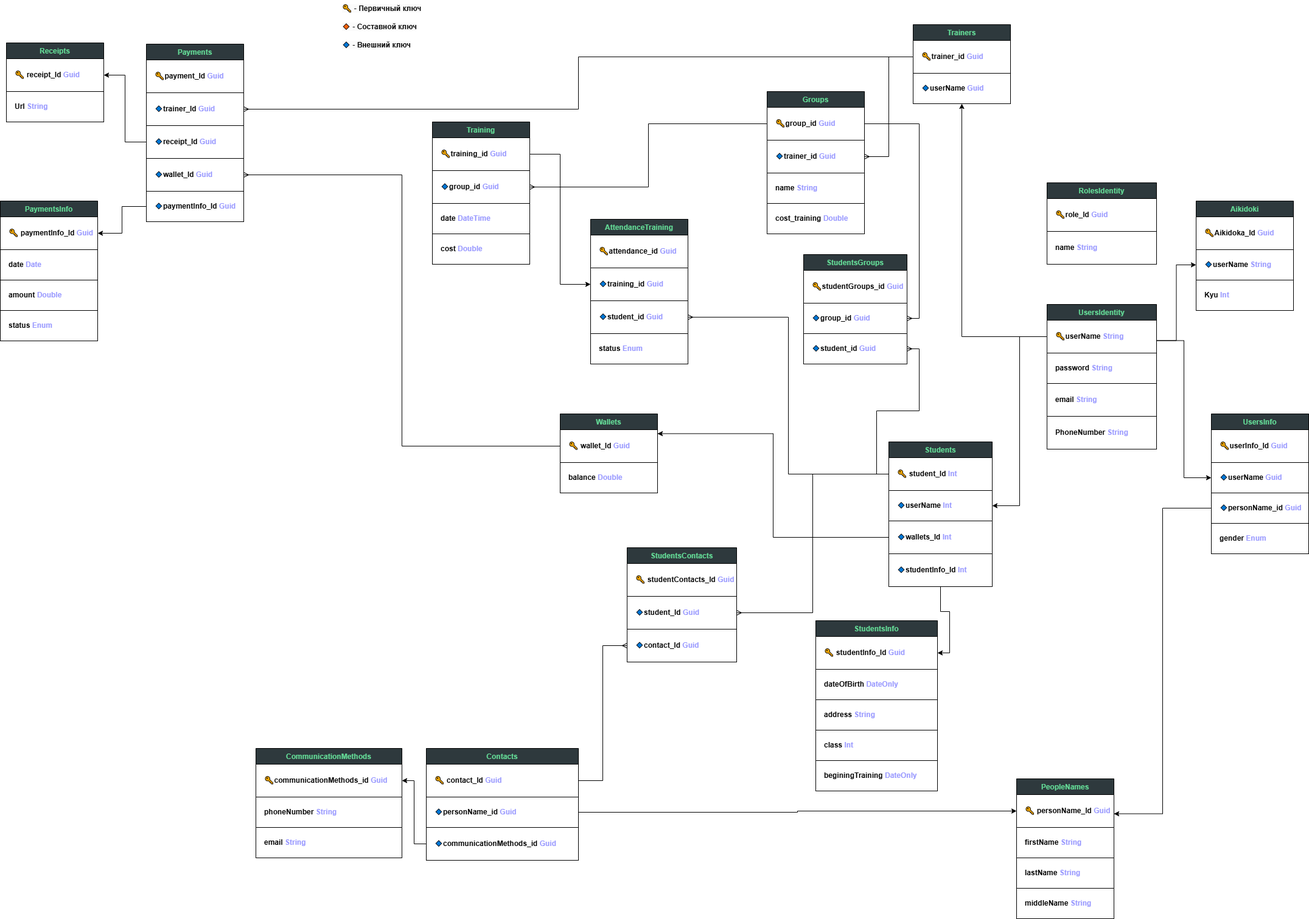
Above: images/ER-db-diagram.png in wefspy/TrainerJournal-backend (draw.io), before the change. Source tidied: cells renumbered, new cells last; positions are measured from the earlier drawing's top-left corner, leaving out a move shared by most shapes.
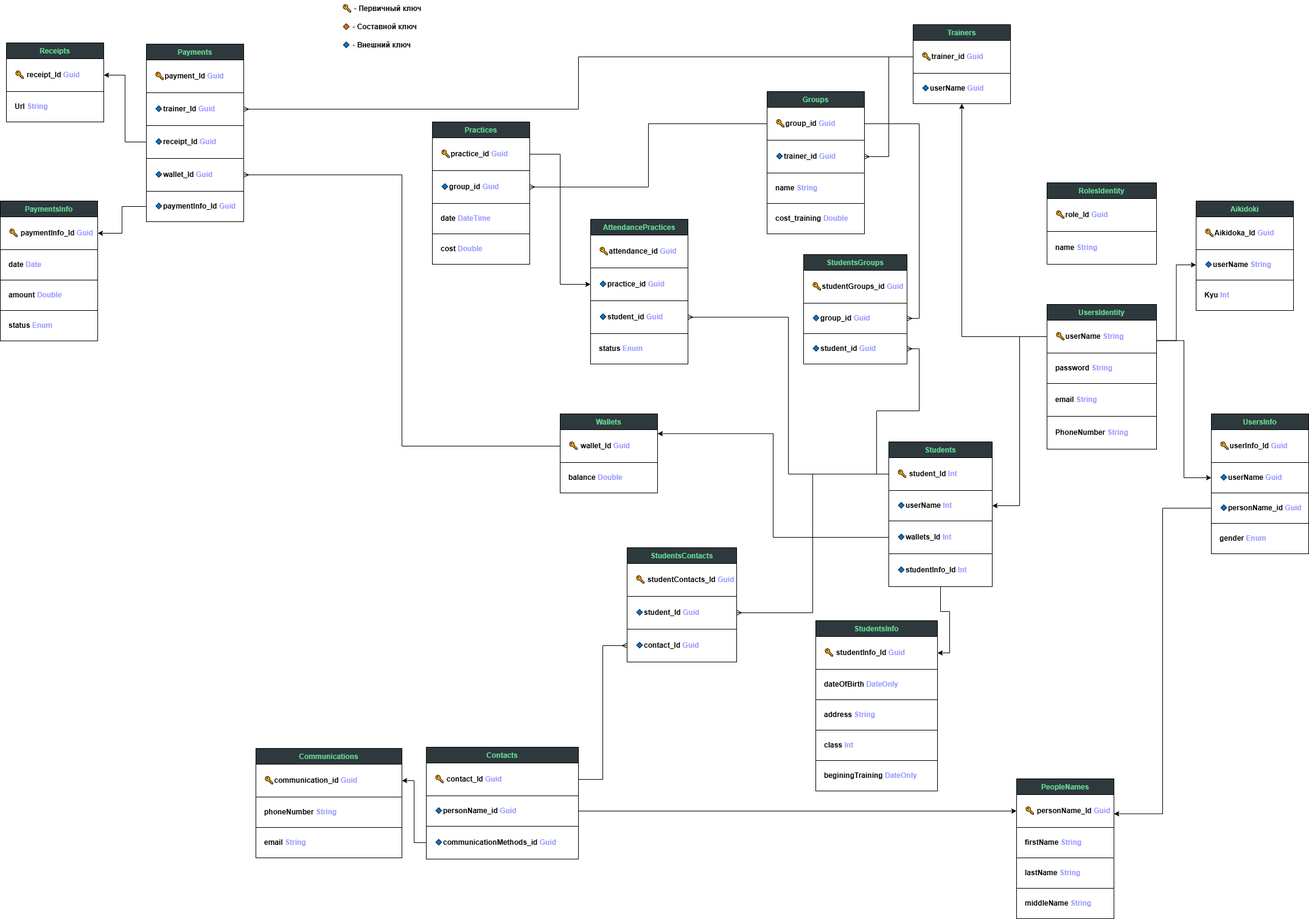
Above is the later version.

The edit, as a diff of the source:
```diff
@@ -156,7 +156,7 @@
       <mxGeometry relative="1" as="geometry" />
     </mxCell>
     <mxCell id="53" value="&lt;font color=&quot;#64dc97&quot;&gt;Contacts&lt;/font&gt;" style="swimlane;fontStyle=1;align=center;verticalAlign=top;horizontal=1;startSize=26;whiteSpace=wrap;html=1;fillColor=#2e393d;" parent="1" vertex="1">
-      <mxGeometry x="700" y="1230" width="250" height="184" as="geometry" />
+      <mxGeometry x="700" y="1228" width="250" height="184" as="geometry" />
     </mxCell>
     <mxCell id="54" value="🔑 &lt;b&gt;contact_Id&amp;nbsp;&lt;/b&gt;&lt;b&gt;&lt;font color=&quot;#9999ff&quot;&gt;Guid&lt;/font&gt;&lt;/b&gt;" style="html=1;whiteSpace=wrap;align=left;spacingLeft=12;" parent="53" vertex="1">
       <mxGeometry y="26" width="250" height="54" as="geometry" />
@@ -185,10 +185,10 @@
     <mxCell id="62" style="edgeStyle=orthogonalEdgeStyle;rounded=0;jettySize=auto;html=1;entryX=0;entryY=0.5;entryDx=0;entryDy=0;endArrow=ERmany;endFill=0;" parent="1" edge="1" source="54" target="60">
       <mxGeometry relative="1" as="geometry" />
     </mxCell>
-    <mxCell id="63" value="&lt;font color=&quot;#64dc97&quot;&gt;CommunicationMethods&lt;/font&gt;" style="swimlane;fontStyle=1;align=center;verticalAlign=top;horizontal=1;startSize=26;whiteSpace=wrap;html=1;fillColor=#2e393d;" parent="1" vertex="1">
+    <mxCell id="63" value="&lt;font color=&quot;#64dc97&quot;&gt;Communications&lt;/font&gt;&lt;div&gt;&lt;font color=&quot;#64dc97&quot;&gt;&lt;br&gt;&lt;/font&gt;&lt;/div&gt;" style="swimlane;fontStyle=1;align=center;verticalAlign=top;horizontal=1;startSize=26;whiteSpace=wrap;html=1;fillColor=#2e393d;" parent="1" vertex="1">
       <mxGeometry x="420" y="1230" width="240" height="180" as="geometry" />
     </mxCell>
-    <mxCell id="64" value="🔑&lt;b&gt;communicationMethods_id&amp;nbsp;&lt;/b&gt;&lt;b&gt;&lt;font color=&quot;#9999ff&quot;&gt;Guid&lt;/font&gt;&lt;/b&gt;" style="html=1;whiteSpace=wrap;align=left;spacingLeft=12;" parent="63" vertex="1">
+    <mxCell id="64" value="🔑&lt;b&gt;communication_id&amp;nbsp;&lt;/b&gt;&lt;b&gt;&lt;font color=&quot;#9999ff&quot;&gt;Guid&lt;/font&gt;&lt;/b&gt;" style="html=1;whiteSpace=wrap;align=left;spacingLeft=12;" parent="63" vertex="1">
       <mxGeometry y="26" width="240" height="54" as="geometry" />
     </mxCell>
     <mxCell id="65" value="&lt;b style=&quot;border-color: var(--border-color);&quot;&gt;phoneNumber&amp;nbsp;&lt;/b&gt;&lt;b&gt;&lt;font color=&quot;#9999ff&quot;&gt;String&lt;/font&gt;&lt;/b&gt;" style="html=1;whiteSpace=wrap;align=left;fontSize=12;spacingLeft=12;" parent="63" vertex="1">
@@ -260,10 +260,10 @@
     <mxCell id="87" style="edgeStyle=orthogonalEdgeStyle;rounded=0;jettySize=auto;html=1;entryX=1;entryY=0.5;entryDx=0;entryDy=0;" parent="1" edge="1" source="79" target="85">
       <mxGeometry relative="1" as="geometry" />
     </mxCell>
-    <mxCell id="88" value="&lt;font color=&quot;#64dc97&quot;&gt;Training&lt;/font&gt;" style="swimlane;fontStyle=1;align=center;verticalAlign=top;horizontal=1;startSize=26;whiteSpace=wrap;html=1;fillColor=#2e393d;" parent="1" vertex="1">
+    <mxCell id="88" value="&lt;font color=&quot;#64dc97&quot;&gt;Practices&lt;/font&gt;" style="swimlane;fontStyle=1;align=center;verticalAlign=top;horizontal=1;startSize=26;whiteSpace=wrap;html=1;fillColor=#2e393d;" parent="1" vertex="1">
       <mxGeometry x="710" y="200" width="160" height="234" as="geometry" />
     </mxCell>
-    <mxCell id="89" value="&lt;b&gt;🔑training_id&amp;nbsp;&lt;/b&gt;&lt;b&gt;&lt;font color=&quot;#9999ff&quot;&gt;Guid&lt;/font&gt;&lt;/b&gt;" style="html=1;whiteSpace=wrap;align=left;spacingLeft=12;" parent="88" vertex="1">
+    <mxCell id="89" value="&lt;b&gt;🔑practice_id&amp;nbsp;&lt;font color=&quot;#9999ff&quot;&gt;Guid&lt;/font&gt;&lt;/b&gt;" style="html=1;whiteSpace=wrap;align=left;spacingLeft=12;" parent="88" vertex="1">
       <mxGeometry y="26" width="160" height="54" as="geometry" />
     </mxCell>
     <mxCell id="90" value="&lt;b&gt;🔹&lt;/b&gt;&lt;b&gt;group_id&amp;nbsp;&lt;/b&gt;&lt;b&gt;&lt;font color=&quot;#9999ff&quot;&gt;Guid&lt;/font&gt;&lt;/b&gt;" style="html=1;whiteSpace=wrap;align=left;spacingLeft=12;" parent="88" vertex="1">
@@ -278,13 +278,13 @@
     <mxCell id="93" style="edgeStyle=orthogonalEdgeStyle;rounded=0;jettySize=auto;html=1;entryX=1;entryY=0.5;entryDx=0;entryDy=0;endArrow=ERmany;endFill=0;" parent="1" edge="1" source="35" target="90">
       <mxGeometry relative="1" as="geometry" />
     </mxCell>
-    <mxCell id="94" value="&lt;font color=&quot;#64dc97&quot;&gt;AttendanceTraining&lt;/font&gt;" style="swimlane;fontStyle=1;align=center;verticalAlign=top;horizontal=1;startSize=26;whiteSpace=wrap;html=1;fillColor=#2e393d;" parent="1" vertex="1">
+    <mxCell id="94" value="&lt;font color=&quot;#64dc97&quot;&gt;AttendancePractices&lt;/font&gt;" style="swimlane;fontStyle=1;align=center;verticalAlign=top;horizontal=1;startSize=26;whiteSpace=wrap;html=1;fillColor=#2e393d;" parent="1" vertex="1">
       <mxGeometry x="970" y="360" width="160" height="238" as="geometry" />
     </mxCell>
     <mxCell id="95" value="&lt;b&gt;🔑attendance_id&amp;nbsp;&lt;/b&gt;&lt;b&gt;&lt;font color=&quot;#9999ff&quot;&gt;Guid&lt;/font&gt;&lt;/b&gt;" style="html=1;whiteSpace=wrap;align=left;spacingLeft=12;" parent="94" vertex="1">
       <mxGeometry y="26" width="160" height="54" as="geometry" />
     </mxCell>
-    <mxCell id="96" value="&lt;b&gt;🔹&lt;/b&gt;&lt;b&gt;training_id&lt;/b&gt;&lt;b&gt;&amp;nbsp;&lt;/b&gt;&lt;b&gt;&lt;font color=&quot;#9999ff&quot;&gt;Guid&lt;/font&gt;&lt;/b&gt;" style="html=1;whiteSpace=wrap;align=left;spacingLeft=12;" parent="94" vertex="1">
+    <mxCell id="96" value="&lt;b&gt;🔹practice_id&amp;nbsp;&lt;/b&gt;&lt;b&gt;&lt;font color=&quot;#9999ff&quot;&gt;Guid&lt;/font&gt;&lt;/b&gt;" style="html=1;whiteSpace=wrap;align=left;spacingLeft=12;" parent="94" vertex="1">
       <mxGeometry y="80" width="160" height="54" as="geometry" />
     </mxCell>
     <mxCell id="97" value="&lt;b&gt;🔹&lt;/b&gt;&lt;b&gt;student_id&amp;nbsp;&lt;/b&gt;&lt;b&gt;&lt;font color=&quot;#9999ff&quot;&gt;Guid&lt;/font&gt;&lt;/b&gt;" style="html=1;whiteSpace=wrap;align=left;spacingLeft=12;" parent="94" vertex="1">
```
